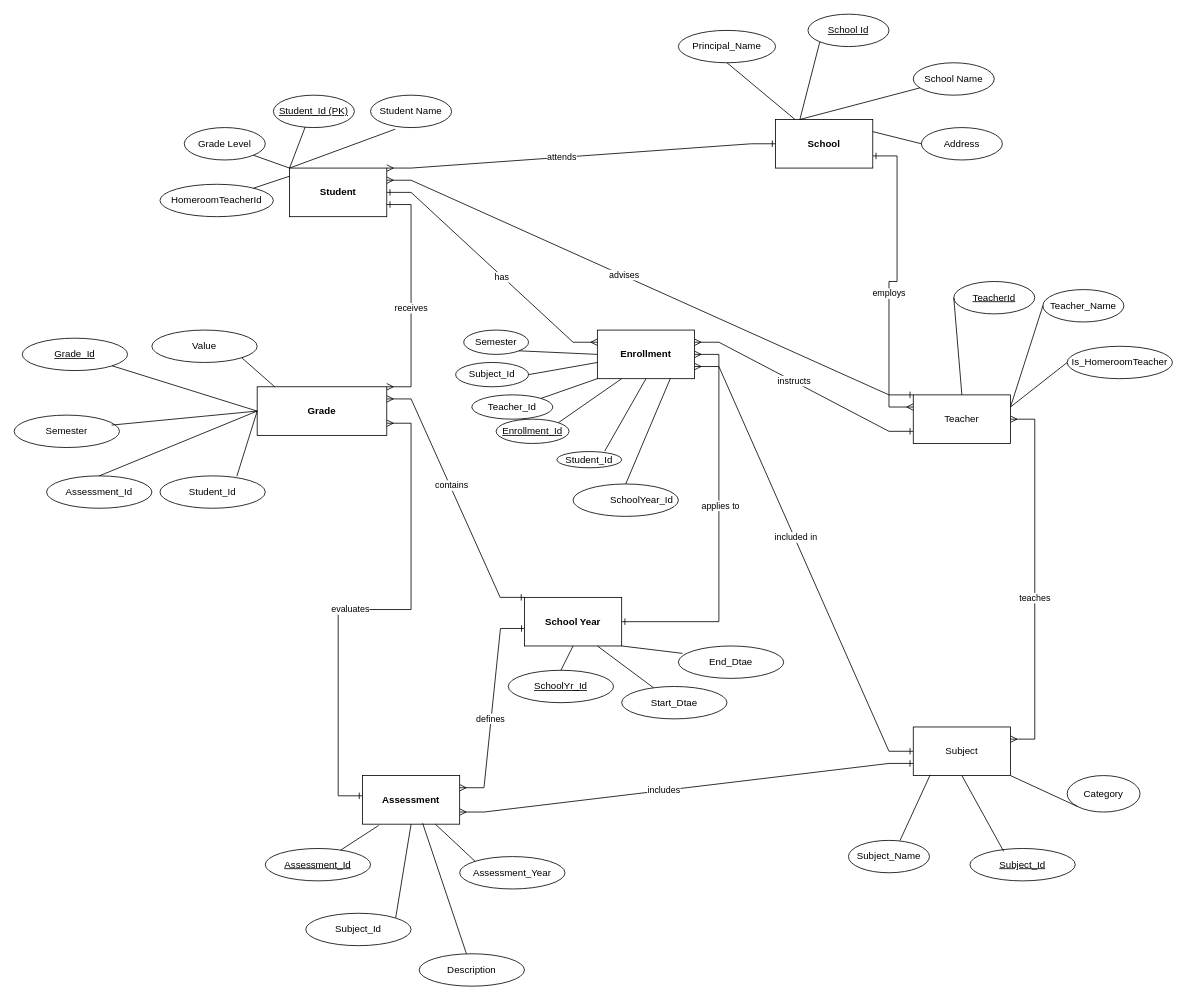
Before: Diagram School.drawio in Ritikup/Database-Diagrams, a draw.io diagram. Source tidied: cells renumbered, new cells numbered last; positions are measured from the earlier drawing's top-left corner, leaving out a move shared by most shapes. Both pictures are drawn from the tidied source at 81%, with x=0, y=0 at pixel (14, 14).
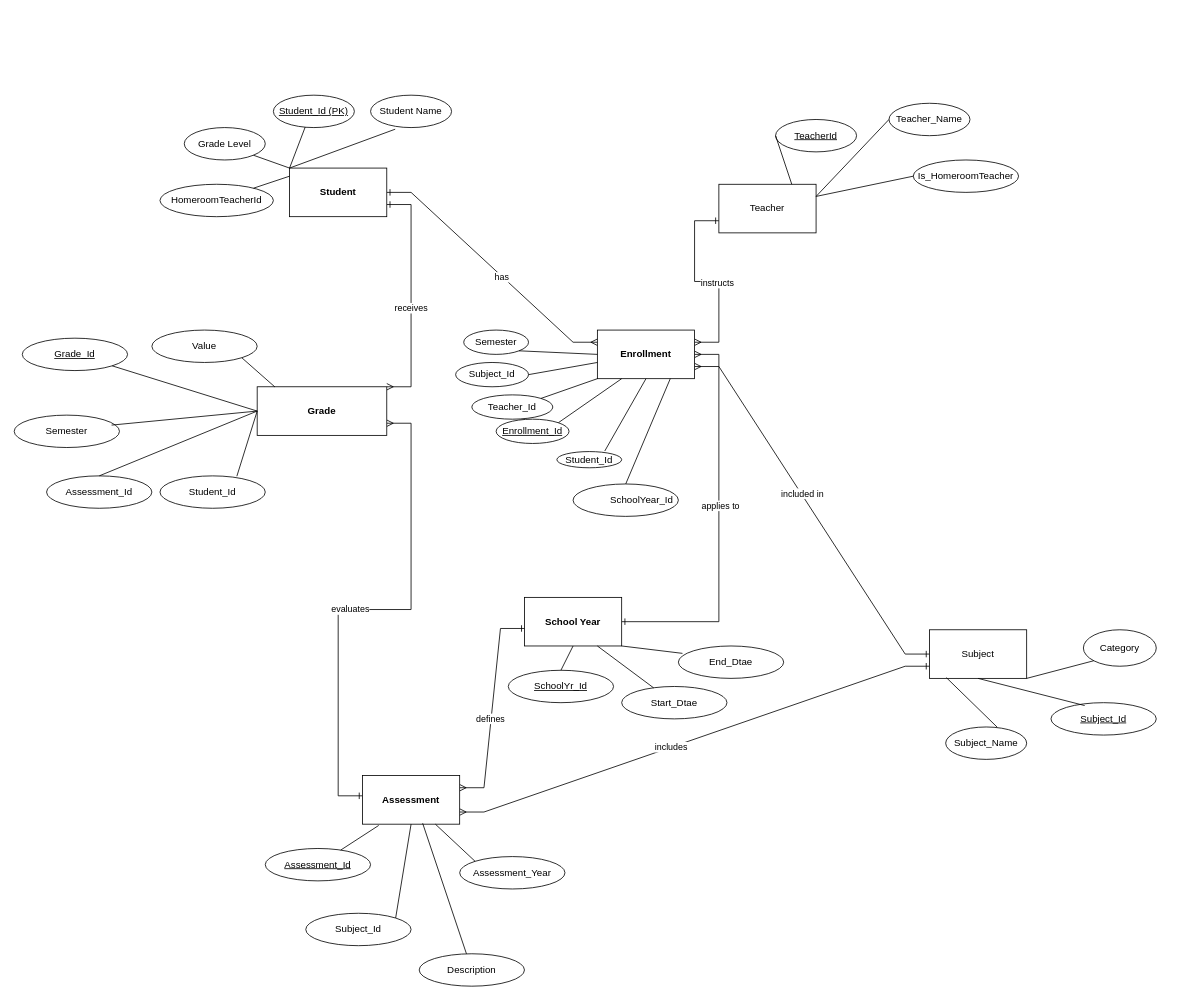
After the change.

The change refers to these unchanged cells:
```xml
<mxCell id="30" value="&lt;b&gt;School Year&lt;/b&gt;" style="rounded=0;whiteSpace=wrap;html=1;" parent="1" vertex="1">
  <mxGeometry x="630" y="720" width="120" height="60" as="geometry" />
</mxCell>
<mxCell id="33" value="&lt;b&gt;Grade&lt;/b&gt;" style="rounded=0;whiteSpace=wrap;html=1;" parent="1" vertex="1">
  <mxGeometry x="300" y="460" width="160" height="60" as="geometry" />
</mxCell>
<mxCell id="34" value="&lt;b&gt;Student&lt;/b&gt;" style="rounded=0;whiteSpace=wrap;html=1;" parent="1" vertex="1">
  <mxGeometry x="340" y="190" width="120" height="60" as="geometry" />
</mxCell>
```

Change to the diagram source:
```diff
@@
-    <mxCell id="2" style="edgeStyle=entityRelationEdgeStyle;fontSize=12;html=1;endArrow=ERmany;startArrow=ERone;rounded=0;entryX=1;entryY=0;entryDx=0;entryDy=0;startFill=0;endFill=0;exitX=0;exitY=0.5;exitDx=0;exitDy=0;" parent="1" edge="1" source="35" target="34">
-      <mxGeometry relative="1" as="geometry" />
-    </mxCell>
-    <mxCell id="3" value="attends" style="edgeLabel;html=1;align=center;verticalAlign=middle;" parent="2" vertex="1">
-      <mxGeometry x="0.1" y="-1" relative="1" as="geometry" />
-    </mxCell>
-    <mxCell id="4" style="edgeStyle=entityRelationEdgeStyle;fontSize=12;html=1;endArrow=ERmany;startArrow=ERone;rounded=0;exitX=1;exitY=0.75;exitDx=0;exitDy=0;startFill=0;endFill=0;entryX=0;entryY=0.25;entryDx=0;entryDy=0;" parent="1" edge="1" source="35" target="28">
-      <mxGeometry relative="1" as="geometry" />
-    </mxCell>
-    <mxCell id="5" value="employs" style="edgeLabel;html=1;align=center;verticalAlign=middle;" parent="4" vertex="1">
-      <mxGeometry x="0.1" y="-1" relative="1" as="geometry" />
-    </mxCell>
-    <mxCell id="6" style="edgeStyle=entityRelationEdgeStyle;fontSize=12;html=1;endArrow=ERmany;startArrow=ERmany;rounded=0;entryX=1;entryY=0.25;entryDx=0;entryDy=0;startFill=0;endFill=0;" parent="1" edge="1" source="28" target="29">
-      <mxGeometry relative="1" as="geometry" />
-    </mxCell>
-    <mxCell id="7" value="teaches" style="edgeLabel;html=1;align=center;verticalAlign=middle;" parent="6" vertex="1">
-      <mxGeometry x="0.1" y="-1" relative="1" as="geometry" />
-    </mxCell>
@@
-    <mxCell id="20" style="edgeStyle=entityRelationEdgeStyle;fontSize=12;html=1;endArrow=ERmany;startArrow=ERone;rounded=0;entryX=1;entryY=0.25;entryDx=0;entryDy=0;startFill=0;endFill=0;exitX=0;exitY=0;exitDx=0;exitDy=0;" parent="1" edge="1" source="28" target="34">
-      <mxGeometry relative="1" as="geometry" />
-    </mxCell>
-    <mxCell id="21" value="advises" style="edgeLabel;html=1;align=center;verticalAlign=middle;" parent="20" vertex="1">
-      <mxGeometry x="0.1" y="-1" relative="1" as="geometry" />
-    </mxCell>
-    <mxCell id="22" style="edgeStyle=entityRelationEdgeStyle;fontSize=12;html=1;endArrow=ERmany;startArrow=ERone;rounded=0;entryX=1;entryY=0.25;entryDx=0;entryDy=0;exitX=0;exitY=0;exitDx=0;exitDy=0;startFill=0;endFill=0;" parent="1" edge="1" source="30" target="33">
-      <mxGeometry relative="1" as="geometry" />
-    </mxCell>
-    <mxCell id="23" value="contains" style="edgeLabel;html=1;align=center;verticalAlign=middle;" parent="22" vertex="1">
-      <mxGeometry x="0.1" y="-1" relative="1" as="geometry" />
-    </mxCell>
@@
     <mxCell id="28" value="Teacher" style="rounded=0;whiteSpace=wrap;html=1;" parent="1" vertex="1">
-      <mxGeometry x="1110" y="470" width="120" height="60" as="geometry" />
+      <mxGeometry x="870" y="210" width="120" height="60" as="geometry" />
     </mxCell>
     <mxCell id="29" value="Subject" style="rounded=0;whiteSpace=wrap;html=1;" parent="1" vertex="1">
-      <mxGeometry x="1110" y="880" width="120" height="60" as="geometry" />
+      <mxGeometry x="1130" y="760" width="120" height="60" as="geometry" />
     </mxCell>
@@
-    <mxCell id="35" value="&lt;b&gt;School&lt;/b&gt;" style="rounded=0;whiteSpace=wrap;html=1;" parent="1" vertex="1">
-      <mxGeometry x="940" y="130" width="120" height="60" as="geometry" />
-    </mxCell>
@@
-    <mxCell id="40" value="&lt;u&gt;School Id&lt;/u&gt;" style="ellipse;whiteSpace=wrap;html=1;" parent="1" vertex="1">
-      <mxGeometry x="980" width="100" height="40" as="geometry" />
-    </mxCell>
-    <mxCell id="41" value="School Name" style="ellipse;whiteSpace=wrap;html=1;" parent="1" vertex="1">
-      <mxGeometry x="1110" y="60" width="100" height="40" as="geometry" />
-    </mxCell>
-    <mxCell id="42" value="Address" style="ellipse;whiteSpace=wrap;html=1;" parent="1" vertex="1">
-      <mxGeometry x="1120" y="140" width="100" height="40" as="geometry" />
-    </mxCell>
-    <mxCell id="43" value="Principal_Name" style="ellipse;whiteSpace=wrap;html=1;" parent="1" vertex="1">
-      <mxGeometry x="820" y="20" width="120" height="40" as="geometry" />
-    </mxCell>
     <mxCell id="44" value="&lt;u&gt;TeacherId&lt;/u&gt;" style="ellipse;whiteSpace=wrap;html=1;" parent="1" vertex="1">
-      <mxGeometry x="1160" y="330" width="100" height="40" as="geometry" />
+      <mxGeometry x="940" y="130" width="100" height="40" as="geometry" />
     </mxCell>
     <mxCell id="45" value="Teacher_Name" style="ellipse;whiteSpace=wrap;html=1;" parent="1" vertex="1">
-      <mxGeometry x="1270" y="340" width="100" height="40" as="geometry" />
+      <mxGeometry x="1080" y="110" width="100" height="40" as="geometry" />
     </mxCell>
     <mxCell id="46" value="Is_HomeroomTeacher" style="ellipse;whiteSpace=wrap;html=1;" parent="1" vertex="1">
-      <mxGeometry x="1300" y="410" width="130" height="40" as="geometry" />
+      <mxGeometry x="1110" y="180" width="130" height="40" as="geometry" />
     </mxCell>
     <mxCell id="47" value="&lt;u&gt;Subject_Id&lt;/u&gt;" style="ellipse;whiteSpace=wrap;html=1;" parent="1" vertex="1">
-      <mxGeometry x="1180" y="1030" width="130" height="40" as="geometry" />
+      <mxGeometry x="1280" y="850" width="130" height="40" as="geometry" />
     </mxCell>
     <mxCell id="48" value="Subject_Name" style="ellipse;whiteSpace=wrap;html=1;" parent="1" vertex="1">
-      <mxGeometry x="1030" y="1020" width="100" height="40" as="geometry" />
+      <mxGeometry x="1150" y="880" width="100" height="40" as="geometry" />
     </mxCell>
     <mxCell id="49" value="Category" style="ellipse;whiteSpace=wrap;html=1;" parent="1" vertex="1">
-      <mxGeometry x="1300" y="940" width="90" height="45" as="geometry" />
+      <mxGeometry x="1320" y="760" width="90" height="45" as="geometry" />
     </mxCell>
@@
-    <mxCell id="69" style="endArrow=none;html=1;rounded=0;entryX=0;entryY=0.5;entryDx=0;entryDy=0;" parent="1" edge="1" target="44">
-      <mxGeometry relative="1" as="geometry">
-        <mxPoint x="1170" y="470" as="sourcePoint" />
-      </mxGeometry>
+    <mxCell id="69" style="endArrow=none;html=1;rounded=0;entryX=0;entryY=0.5;entryDx=0;entryDy=0;exitX=0.75;exitY=0;exitDx=0;exitDy=0;" parent="1" edge="1" source="28" target="44">
+      <mxGeometry relative="1" as="geometry" />
     </mxCell>
@@
-    <mxCell id="96" style="endArrow=none;html=1;rounded=0;entryX=0.5;entryY=1;entryDx=0;entryDy=0;" parent="1" edge="1" source="35" target="43">
-      <mxGeometry relative="1" as="geometry" />
-    </mxCell>
-    <mxCell id="97" style="endArrow=none;html=1;rounded=0;entryX=0;entryY=1;entryDx=0;entryDy=0;exitX=0.25;exitY=0;exitDx=0;exitDy=0;" parent="1" edge="1" source="35" target="40">
-      <mxGeometry relative="1" as="geometry" />
-    </mxCell>
-    <mxCell id="98" style="endArrow=none;html=1;rounded=0;exitX=0.25;exitY=0;exitDx=0;exitDy=0;" parent="1" edge="1" source="35" target="41">
-      <mxGeometry relative="1" as="geometry" />
-    </mxCell>
-    <mxCell id="99" style="endArrow=none;html=1;rounded=0;entryX=0;entryY=0.5;entryDx=0;entryDy=0;exitX=1;exitY=0.25;exitDx=0;exitDy=0;" parent="1" edge="1" source="35" target="42">
-      <mxGeometry relative="1" as="geometry" />
-    </mxCell>
```
